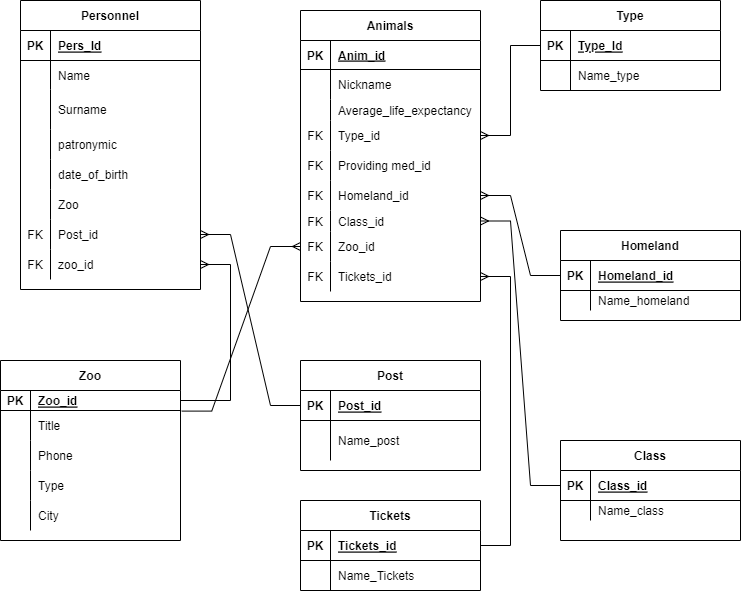
Above: Lab3.drawio.png in 777888111192992/KiyoshiM (draw.io), before the change. Source tidied: cells renumbered, new cells last; positions are measured from the earlier drawing's top-left corner, leaving out a move shared by most shapes.
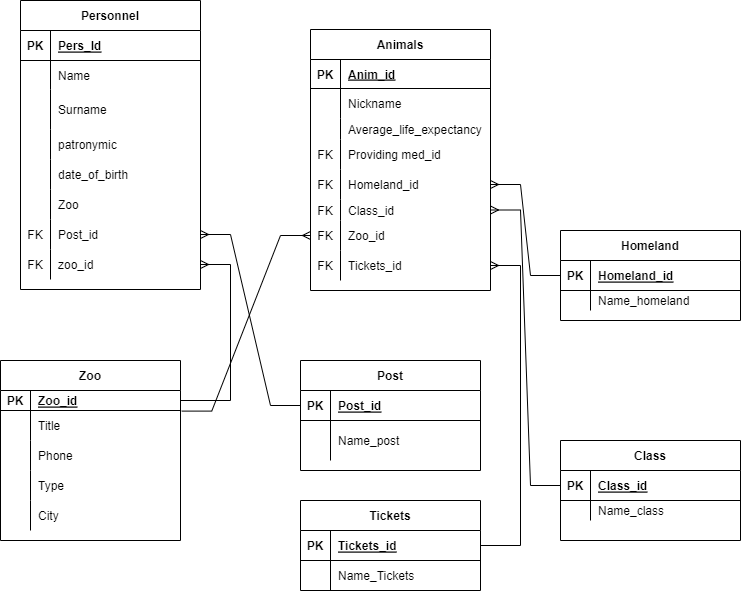
Above is the later version.

What changed in the source:
```diff
@@ -78,7 +78,7 @@
       <mxGeometry x="30" width="150" height="30" as="geometry" />
     </mxCell>
     <mxCell id="27" value="Animals" style="shape=table;startSize=30;rowLines=0;fontStyle=1;align=center;" parent="1" vertex="1">
-      <mxGeometry x="300" y="10" width="180" height="291" as="geometry" />
+      <mxGeometry x="310" y="29" width="180" height="261" as="geometry" />
     </mxCell>
     <mxCell id="28" style="shape=tableRow;horizontal=0;startSize=0;swimlaneHead=0;swimlaneBody=0;fillColor=none;top=0;left=0;right=0;bottom=1;" parent="27" vertex="1">
       <mxGeometry y="30" width="180" height="29" as="geometry" />
@@ -107,17 +107,8 @@
     <mxCell id="36" value="Average_life_expectancy" style="shape=partialRectangle;fillColor=none;top=0;left=0;bottom=0;right=0;align=left;spacingLeft=6;overflow=hidden;" parent="34" vertex="1">
       <mxGeometry x="30" width="150" height="21" as="geometry" />
     </mxCell>
-    <mxCell id="37" style="shape=tableRow;horizontal=0;startSize=0;swimlaneHead=0;swimlaneBody=0;fillColor=none;points=[[0,0.5],[1,0.5]];portConstraint=eastwest;top=0;left=0;right=0;bottom=0;" parent="27" vertex="1">
-      <mxGeometry y="110" width="180" height="30" as="geometry" />
-    </mxCell>
-    <mxCell id="38" value="FK" style="shape=partialRectangle;fillColor=none;top=0;left=0;bottom=0;right=0;fontStyle=0;overflow=hidden;" parent="37" vertex="1">
-      <mxGeometry width="30" height="30" as="geometry" />
-    </mxCell>
-    <mxCell id="39" value="Type_id" style="shape=partialRectangle;fillColor=none;top=0;left=0;bottom=0;right=0;align=left;spacingLeft=6;fontStyle=0;overflow=hidden;" parent="37" vertex="1">
-      <mxGeometry x="30" width="150" height="30" as="geometry" />
-    </mxCell>
     <mxCell id="40" style="shape=tableRow;horizontal=0;startSize=0;swimlaneHead=0;swimlaneBody=0;fillColor=none;top=0;left=0;right=0;bottom=0;" parent="27" vertex="1">
-      <mxGeometry y="140" width="180" height="30" as="geometry" />
+      <mxGeometry y="110" width="180" height="30" as="geometry" />
     </mxCell>
     <mxCell id="41" value="FK" style="shape=partialRectangle;fillColor=none;top=0;left=0;bottom=0;right=0;fontStyle=0;overflow=hidden;" parent="40" vertex="1">
       <mxGeometry width="30" height="30" as="geometry" />
@@ -126,7 +117,7 @@
       <mxGeometry x="30" width="150" height="30" as="geometry" />
     </mxCell>
     <mxCell id="43" style="shape=tableRow;horizontal=0;startSize=0;swimlaneHead=0;swimlaneBody=0;fillColor=none;points=[[0,0.5],[1,0.5]];portConstraint=eastwest;top=0;left=0;right=0;bottom=0;" parent="27" vertex="1">
-      <mxGeometry y="170" width="180" height="30" as="geometry" />
+      <mxGeometry y="140" width="180" height="30" as="geometry" />
     </mxCell>
     <mxCell id="44" value="FK" style="shape=partialRectangle;fillColor=none;top=0;left=0;bottom=0;right=0;fontStyle=0;overflow=hidden;" parent="43" vertex="1">
       <mxGeometry width="30" height="30" as="geometry" />
@@ -135,7 +126,7 @@
       <mxGeometry x="30" width="150" height="30" as="geometry" />
     </mxCell>
     <mxCell id="46" style="shape=tableRow;horizontal=0;startSize=0;swimlaneHead=0;swimlaneBody=0;fillColor=none;points=[[0,0.5],[1,0.5]];portConstraint=eastwest;top=0;left=0;right=0;bottom=0;" parent="27" vertex="1">
-      <mxGeometry y="200" width="180" height="21" as="geometry" />
+      <mxGeometry y="170" width="180" height="21" as="geometry" />
     </mxCell>
     <mxCell id="47" value="FK" style="shape=partialRectangle;fillColor=none;top=0;left=0;bottom=0;right=0;fontStyle=0;overflow=hidden;" parent="46" vertex="1">
       <mxGeometry width="30" height="21" as="geometry" />
@@ -144,7 +135,7 @@
       <mxGeometry x="30" width="150" height="21" as="geometry" />
     </mxCell>
     <mxCell id="49" style="shape=tableRow;horizontal=0;startSize=0;swimlaneHead=0;swimlaneBody=0;fillColor=none;points=[[0,0.5],[1,0.5]];portConstraint=eastwest;top=0;left=0;right=0;bottom=0;" parent="27" vertex="1">
-      <mxGeometry y="221" width="180" height="30" as="geometry" />
+      <mxGeometry y="191" width="180" height="30" as="geometry" />
     </mxCell>
     <mxCell id="50" value="FK" style="shape=partialRectangle;fillColor=none;top=0;left=0;bottom=0;right=0;fontStyle=0;overflow=hidden;" parent="49" vertex="1">
       <mxGeometry width="30" height="30" as="geometry" />
@@ -153,7 +144,7 @@
       <mxGeometry x="30" width="150" height="30" as="geometry" />
     </mxCell>
     <mxCell id="52" style="shape=tableRow;horizontal=0;startSize=0;swimlaneHead=0;swimlaneBody=0;fillColor=none;points=[[0,0.5],[1,0.5]];portConstraint=eastwest;top=0;left=0;right=0;bottom=0;" parent="27" vertex="1">
-      <mxGeometry y="251" width="180" height="30" as="geometry" />
+      <mxGeometry y="221" width="180" height="30" as="geometry" />
     </mxCell>
     <mxCell id="53" value="FK" style="shape=partialRectangle;fillColor=none;top=0;left=0;bottom=0;right=0;fontStyle=0;overflow=hidden;" parent="52" vertex="1">
       <mxGeometry width="30" height="30" as="geometry" />
@@ -230,27 +221,6 @@
     <mxCell id="77" value="Name_post" style="shape=partialRectangle;fillColor=none;top=0;left=0;bottom=0;right=0;align=left;spacingLeft=6;overflow=hidden;" parent="75" vertex="1">
       <mxGeometry x="30" width="150" height="40" as="geometry" />
     </mxCell>
-    <mxCell id="78" value="Type" style="shape=table;startSize=30;rowLines=0;fontStyle=1;align=center;" parent="1" vertex="1">
-      <mxGeometry x="540" width="180" height="90" as="geometry" />
-    </mxCell>
-    <mxCell id="79" style="shape=tableRow;horizontal=0;startSize=0;swimlaneHead=0;swimlaneBody=0;fillColor=none;points=[[0,0.5],[1,0.5]];portConstraint=eastwest;top=0;left=0;right=0;bottom=1;" parent="78" vertex="1">
-      <mxGeometry y="30" width="180" height="30" as="geometry" />
-    </mxCell>
-    <mxCell id="80" value="PK" style="shape=partialRectangle;fillColor=none;top=0;left=0;bottom=0;right=0;fontStyle=1;overflow=hidden;" parent="79" vertex="1">
-      <mxGeometry width="30" height="30" as="geometry" />
-    </mxCell>
-    <mxCell id="81" value="Type_Id" style="shape=partialRectangle;fillColor=none;top=0;left=0;bottom=0;right=0;align=left;spacingLeft=6;fontStyle=5;overflow=hidden;" parent="79" vertex="1">
-      <mxGeometry x="30" width="150" height="30" as="geometry" />
-    </mxCell>
-    <mxCell id="82" style="shape=tableRow;horizontal=0;startSize=0;swimlaneHead=0;swimlaneBody=0;fillColor=none;top=0;left=0;right=0;bottom=0;" parent="78" vertex="1">
-      <mxGeometry y="60" width="180" height="30" as="geometry" />
-    </mxCell>
-    <mxCell id="83" style="shape=partialRectangle;fillColor=none;top=0;left=0;bottom=0;right=0;overflow=hidden;" parent="82" vertex="1">
-      <mxGeometry width="30" height="30" as="geometry" />
-    </mxCell>
-    <mxCell id="84" value="Name_type" style="shape=partialRectangle;fillColor=none;top=0;left=0;bottom=0;right=0;align=left;spacingLeft=6;overflow=hidden;" parent="82" vertex="1">
-      <mxGeometry x="30" width="150" height="30" as="geometry" />
-    </mxCell>
     <mxCell id="85" value="Class" style="shape=table;startSize=30;rowLines=0;fontStyle=1;align=center;" parent="1" vertex="1">
       <mxGeometry x="560" y="440" width="180" height="100" as="geometry" />
     </mxCell>
@@ -299,9 +269,6 @@
     <mxCell id="100" style="edgeStyle=entityRelationEdgeStyle;fontSize=12;html=1;endArrow=ERmany;rounded=0;exitX=0;exitY=0.5;exitDx=0;exitDy=0;" parent="1" edge="1" source="72" target="21">
       <mxGeometry relative="1" as="geometry" />
     </mxCell>
-    <mxCell id="101" style="edgeStyle=entityRelationEdgeStyle;fontSize=12;html=1;endArrow=ERmany;rounded=0;entryX=1;entryY=0.5;entryDx=0;entryDy=0;exitX=0;exitY=0.5;exitDx=0;exitDy=0;" parent="1" edge="1" source="79" target="37">
-      <mxGeometry relative="1" as="geometry" />
-    </mxCell>
     <mxCell id="102" style="edgeStyle=entityRelationEdgeStyle;fontSize=12;html=1;endArrow=ERmany;rounded=0;entryX=1;entryY=0.5;entryDx=0;entryDy=0;exitX=0;exitY=0.5;exitDx=0;exitDy=0;" parent="1" edge="1" source="93" target="43">
       <mxGeometry relative="1" as="geometry" />
     </mxCell>
```
